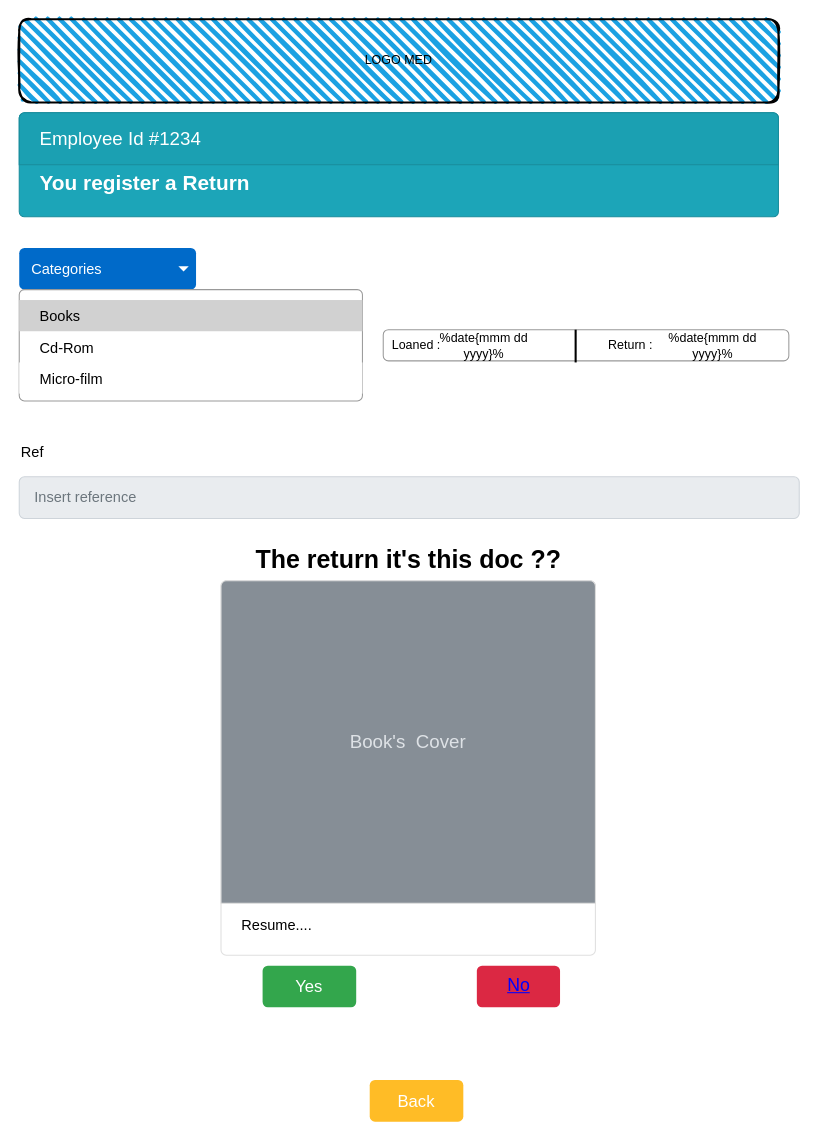
The draw.io diagram page "Return" (14 of 18) of maquette_mediathéque.drawio in lemairemarius/Uml, before the edit. Source tidied: cells renumbered, new cells numbered last; positions are measured from the earlier drawing's top-left corner, leaving out a move shared by most shapes. Both pictures are drawn from the tidied source at 104%, with x=0, y=0 at pixel (19, 19).
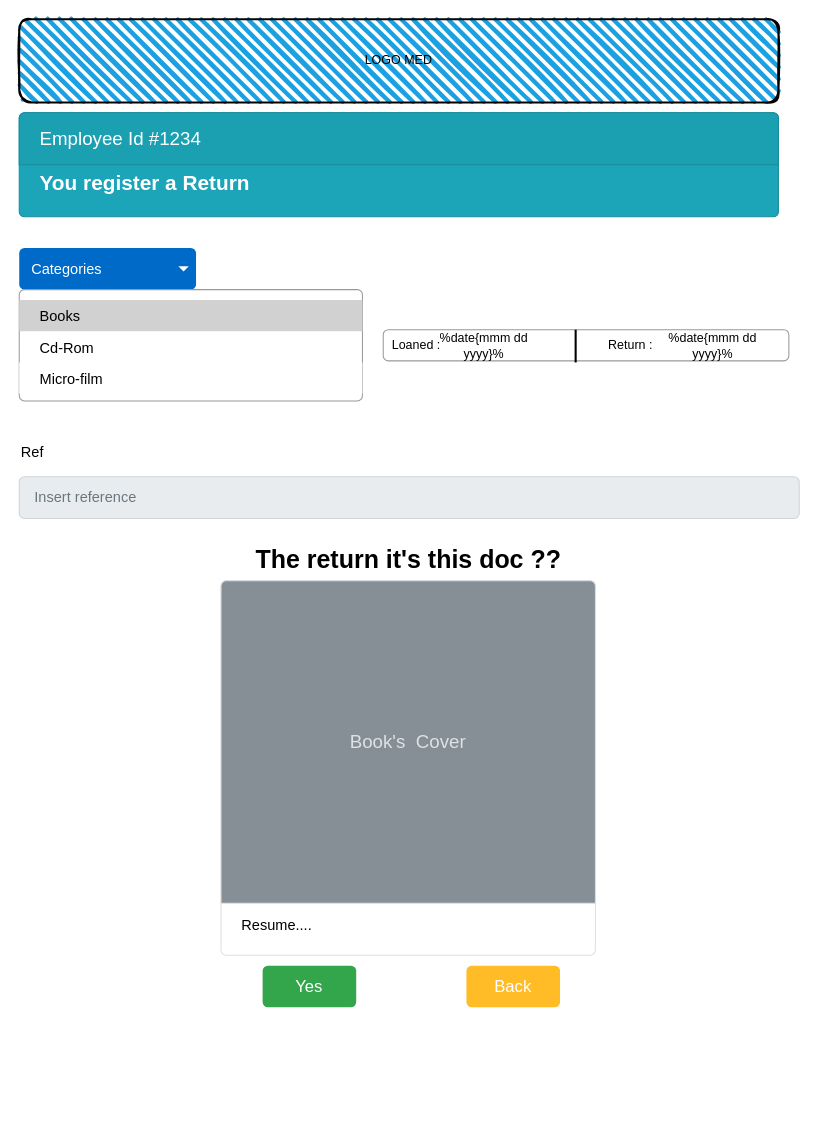
The same page after the edit.

The edit, as a diff of the source:
```diff
@@
-    <mxCell id="23" style="html=1;shadow=0;dashed=0;shape=mxgraph.bootstrap.rrect;rSize=5;strokeColor=none;strokeWidth=1;fillColor=#DB2843;fontColor=#FFFFFF;whiteSpace=wrap;align=center;verticalAlign=middle;spacingLeft=0;fontStyle=0;fontSize=16;spacing=5;" parent="1" vertex="1">
-      <mxGeometry x="440" y="910" width="80" height="40" as="geometry" />
-    </mxCell>
-    <mxCell id="24" value="No" style="shape=rectangle;strokeColor=none;fillColor=none;linkText=;fontSize=17;fontColor=#0000ff;fontStyle=4;html=1;align=center;" parent="1" vertex="1">
-      <mxGeometry x="405" y="915" width="150" height="30" as="geometry" />
-    </mxCell>
     <mxCell id="25" value="Back" style="html=1;shadow=0;dashed=0;shape=mxgraph.bootstrap.rrect;rSize=5;strokeColor=none;strokeWidth=1;fillColor=#FFBC26;fontColor=#FFFFFF;whiteSpace=wrap;align=center;verticalAlign=middle;spacingLeft=0;fontStyle=0;fontSize=16;spacing=5;" parent="1" vertex="1">
-      <mxGeometry x="337" y="1020" width="90" height="40" as="geometry" />
+      <mxGeometry x="430" y="910" width="90" height="40" as="geometry" />
     </mxCell>
```
